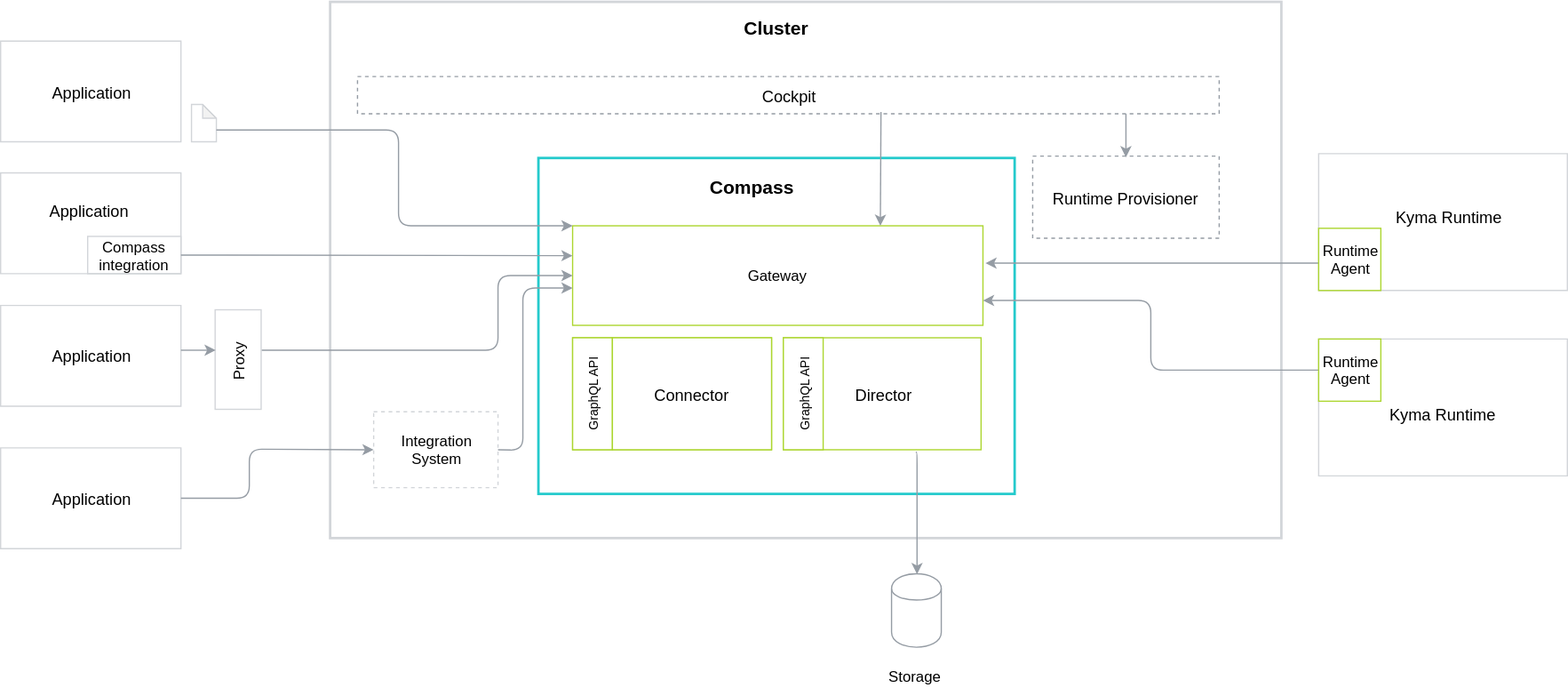
kyma-project/kyma keeps this draw.io diagram as docs/compass/assets/components.svg. Above is the earlier version. Source tidied: cells renumbered, new cells last; positions are measured from the earlier drawing's top-left corner, leaving out a move shared by most shapes.
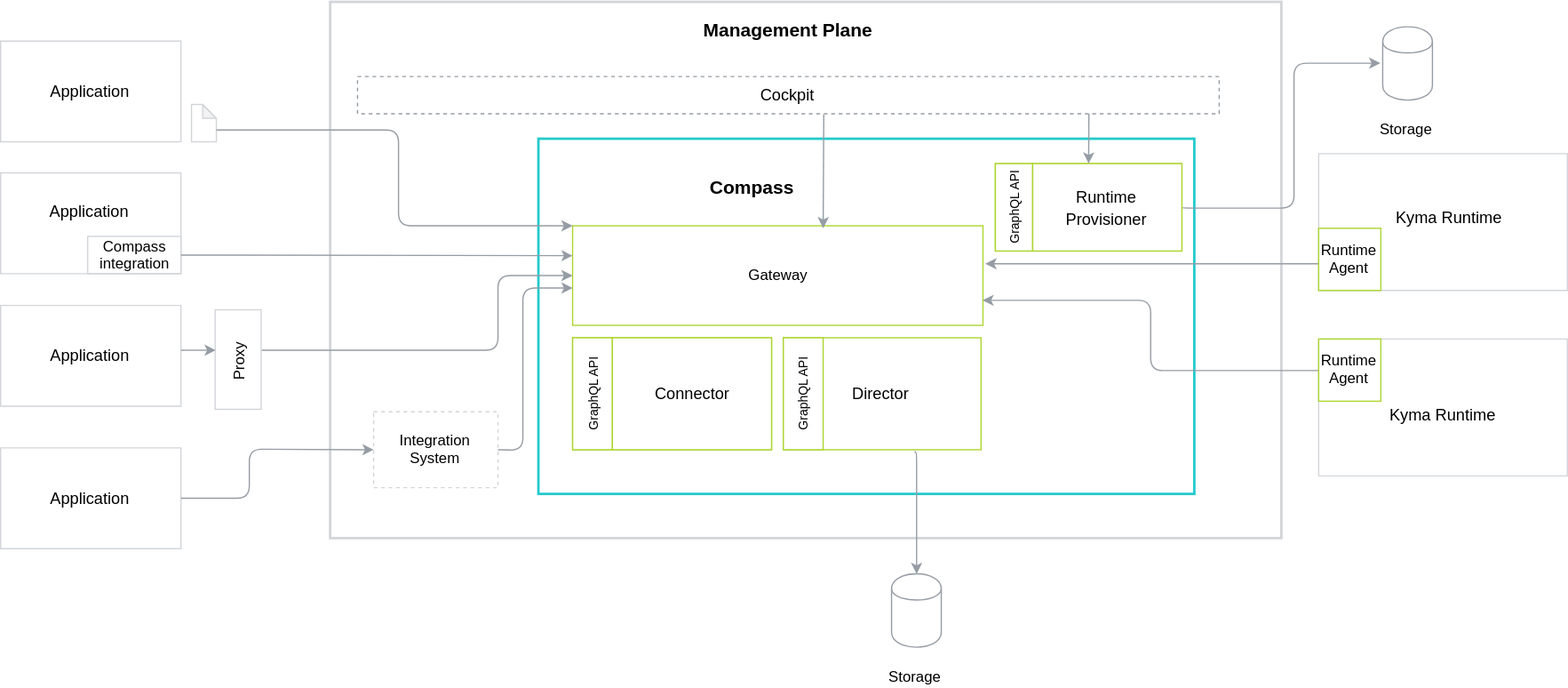
The same diagram one commit later.

Change to the diagram source:
```diff
@@ -6,7 +6,7 @@
       <mxGeometry x="265" width="765" height="431" as="geometry" />
     </mxCell>
     <mxCell id="3" style="rounded=0;whiteSpace=wrap;html=1;labelBackgroundColor=none;strokeColor=#24CACC;strokeWidth=2;fillColor=#FFFFFF;gradientColor=none;fontFamily=Helvetica;fontSize=15;fontColor=#000000;" parent="1" vertex="1">
-      <mxGeometry x="432.5" y="125.5" width="383" height="270" as="geometry" />
+      <mxGeometry x="432.5" y="110" width="527.5" height="285.5" as="geometry" />
     </mxCell>
     <mxCell id="4" style="group;strokeColor=#ACD62F;" parent="1" vertex="1">
       <mxGeometry x="460" y="270" width="160" height="90" as="geometry" />
@@ -32,8 +32,8 @@
     <mxCell id="11" value="&lt;font style=&quot;font-size: 13px&quot;&gt;Cockpit&lt;br&gt;&lt;/font&gt;" style="rounded=0;whiteSpace=wrap;html=1;labelBackgroundColor=none;strokeColor=#959CA4;strokeWidth=1;fillColor=#FFFFFF;gradientColor=none;fontFamily=Helvetica;fontSize=15;fontColor=#000000;dashed=1;" parent="1" vertex="1">
       <mxGeometry x="287" y="60" width="693" height="30" as="geometry" />
     </mxCell>
-    <mxCell id="12" value="&lt;b&gt;Cluster&lt;br&gt;&lt;/b&gt;" style="text;html=1;strokeColor=none;fillColor=none;align=center;verticalAlign=middle;whiteSpace=wrap;rounded=0;labelBackgroundColor=none;fontFamily=Helvetica;fontSize=15;fontColor=#000000;" parent="1" vertex="1">
-      <mxGeometry x="555" y="2.5" width="138" height="37" as="geometry" />
+    <mxCell id="12" value="&lt;b&gt;Management Plane&lt;br&gt;&lt;/b&gt;" style="text;html=1;strokeColor=none;fillColor=none;align=center;verticalAlign=middle;whiteSpace=wrap;rounded=0;labelBackgroundColor=none;fontFamily=Helvetica;fontSize=15;fontColor=#000000;" parent="1" vertex="1">
+      <mxGeometry x="555" y="3" width="155" height="37" as="geometry" />
     </mxCell>
     <mxCell id="13" style="edgeStyle=orthogonalEdgeStyle;jettySize=auto;html=1;entryX=0.5;entryY=0;entryDx=0;entryDy=0;startFill=0;strokeColor=#959CA4;strokeWidth=1;fontSize=15;exitX=0.67;exitY=1.017;exitDx=0;exitDy=0;exitPerimeter=0;" parent="1" edge="1" source="18" target="9">
       <mxGeometry relative="1" as="geometry">
@@ -42,9 +42,6 @@
         </Array>
       </mxGeometry>
     </mxCell>
-    <mxCell id="14" value="&lt;font style=&quot;font-size: 13px&quot;&gt;Runtime Provisioner&lt;br&gt;&lt;/font&gt;" style="rounded=0;whiteSpace=wrap;html=1;labelBackgroundColor=none;strokeColor=#959CA4;strokeWidth=1;fillColor=#FFFFFF;gradientColor=none;fontFamily=Helvetica;fontSize=15;fontColor=#000000;dashed=1;" parent="1" vertex="1">
-      <mxGeometry x="830" y="124" width="150" height="66" as="geometry" />
-    </mxCell>
     <mxCell id="15" value="&lt;font style=&quot;font-size: 13px&quot;&gt;Application&lt;/font&gt;" style="shape=parallelogram;perimeter=parallelogramPerimeter;whiteSpace=wrap;html=1;size=0;strokeColor=#D2D5D9;" parent="1" vertex="1">
       <mxGeometry y="31.5" width="145" height="81" as="geometry" />
     </mxCell>
@@ -121,11 +118,6 @@
         </Array>
       </mxGeometry>
     </mxCell>
-    <mxCell id="32" style="endArrow=classic;html=1;strokeColor=#959CA4;entryX=0.75;entryY=0;entryDx=0;entryDy=0;" parent="1" edge="1" target="17">
-      <mxGeometry relative="1" as="geometry">
-        <mxPoint x="708" y="88.5" as="sourcePoint" />
-      </mxGeometry>
-    </mxCell>
     <mxCell id="33" style="endArrow=classic;html=1;strokeColor=#959CA4;" parent="1" edge="1">
       <mxGeometry relative="1" as="geometry">
         <mxPoint x="145" y="280" as="sourcePoint" />
@@ -144,7 +136,7 @@
     <mxCell id="37" style="edgeStyle=orthogonalEdgeStyle;rounded=1;jettySize=auto;html=1;exitX=0;exitY=0.56;exitDx=0;exitDy=0;strokeColor=#959CA4;entryX=1.006;entryY=0.375;entryDx=0;entryDy=0;entryPerimeter=0;exitPerimeter=0;" parent="1" edge="1" source="38" target="17">
       <mxGeometry relative="1" as="geometry" />
     </mxCell>
-    <mxCell id="38" value="Runtime&lt;br&gt;Agent" style="whiteSpace=wrap;html=1;strokeColor=#ACD62F;" parent="1" vertex="1">
+    <mxCell id="38" value="Runtime Agent" style="whiteSpace=wrap;html=1;strokeColor=#ACD62F;" parent="1" vertex="1">
       <mxGeometry x="1060" y="182" width="50" height="50" as="geometry" />
     </mxCell>
     <mxCell id="39" style="edgeStyle=orthogonalEdgeStyle;rounded=1;jettySize=auto;html=1;exitX=0;exitY=0.5;exitDx=0;exitDy=0;entryX=1;entryY=0.75;entryDx=0;entryDy=0;strokeColor=#959CA4;" parent="1" edge="1" source="40" target="17">
@@ -159,10 +151,45 @@
     <mxCell id="42" value="&lt;font style=&quot;font-size: 13px&quot;&gt;Kyma Runtime&lt;/font&gt;" style="text;html=1;strokeColor=none;fillColor=none;align=center;verticalAlign=middle;whiteSpace=wrap;rounded=0;" parent="1" vertex="1">
       <mxGeometry x="1110" y="321" width="100" height="20" as="geometry" />
     </mxCell>
-    <mxCell id="43" style="endArrow=classic;html=1;strokeColor=#959CA4;entryX=0.5;entryY=0.015;entryDx=0;entryDy=0;entryPerimeter=0;" parent="1" edge="1" target="14">
-      <mxGeometry relative="1" as="geometry">
-        <mxPoint x="905" y="90" as="sourcePoint" />
-      </mxGeometry>
-    </mxCell>
+    <mxCell id="44" style="endArrow=classic;html=1;strokeColor=#959CA4;entryX=0.75;entryY=0;entryDx=0;entryDy=0;" parent="1" edge="1">
+      <mxGeometry relative="1" as="geometry">
+        <mxPoint x="662" y="90.5" as="sourcePoint" />
+        <mxPoint x="661.5" y="182" as="targetPoint" />
+      </mxGeometry>
+    </mxCell>
+    <mxCell id="45" style="group;" parent="1" vertex="1">
+      <mxGeometry x="1110" y="20" width="40" height="91" as="geometry" />
+    </mxCell>
+    <mxCell id="46" style="shape=cylinder;whiteSpace=wrap;html=1;boundedLbl=1;backgroundOutline=1;strokeColor=#959CA4;fontSize=15;fillColor=none;" parent="45" vertex="1">
+      <mxGeometry x="1.5" width="40" height="59" as="geometry" />
+    </mxCell>
+    <mxCell id="47" value="&lt;font style=&quot;font-size: 12px&quot;&gt;Storage&lt;br&gt;&lt;/font&gt;" style="text;html=1;strokeColor=none;fillColor=none;align=center;verticalAlign=middle;whiteSpace=wrap;rounded=0;dashed=1;labelBackgroundColor=none;fontFamily=Helvetica;fontSize=15;fontColor=#000000;" parent="45" vertex="1">
+      <mxGeometry y="71" width="40" height="20" as="geometry" />
+    </mxCell>
+    <mxCell id="48" style="edgeStyle=orthogonalEdgeStyle;jettySize=auto;html=1;startFill=0;strokeColor=#959CA4;strokeWidth=1;fontSize=15;exitX=1;exitY=0.5;exitDx=0;exitDy=0;" parent="1" edge="1" source="14">
+      <mxGeometry relative="1" as="geometry">
+        <mxPoint x="1110" y="49" as="targetPoint" />
+        <Array as="points">
+          <mxPoint x="950" y="166" />
+          <mxPoint x="1040" y="166" />
+          <mxPoint x="1040" y="49" />
+        </Array>
+      </mxGeometry>
+    </mxCell>
+    <mxCell id="49" style="group;strokeColor=#ACD62F;" parent="1" vertex="1">
+      <mxGeometry x="800" y="130" width="150" height="70.3" as="geometry" />
+    </mxCell>
+    <mxCell id="50" value="&lt;font&gt;&lt;font style=&quot;font-size: 10px&quot;&gt;GraphQL API&lt;/font&gt;&lt;br style=&quot;font-size: 12px&quot;&gt;&lt;/font&gt;" style="rounded=0;whiteSpace=wrap;html=1;labelBackgroundColor=none;strokeColor=#ACD62F;strokeWidth=1;fillColor=#FFFFFF;gradientColor=none;fontFamily=Helvetica;fontSize=12;fontColor=#000000;horizontal=0;" parent="49" vertex="1">
+      <mxGeometry width="30" height="70.3" as="geometry" />
+    </mxCell>
+    <mxCell id="14" value="&lt;font style=&quot;font-size: 13px&quot;&gt;Runtime Provisioner&lt;br&gt;&lt;/font&gt;" style="rounded=0;whiteSpace=wrap;html=1;labelBackgroundColor=none;strokeColor=#ACD62F;strokeWidth=1;fillColor=#FFFFFF;gradientColor=none;fontFamily=Helvetica;fontSize=15;fontColor=#000000;" parent="49" vertex="1">
+      <mxGeometry x="30" width="120" height="70.3" as="geometry" />
+    </mxCell>
+    <mxCell id="51" style="endArrow=classic;html=1;strokeColor=#959CA4;" parent="1" edge="1">
+      <mxGeometry relative="1" as="geometry">
+        <mxPoint x="875.2" y="90" as="sourcePoint" />
+        <mxPoint x="875" y="130" as="targetPoint" />
+      </mxGeometry>
+    </mxCell>
   </root>
 </mxGraphModel>
```
